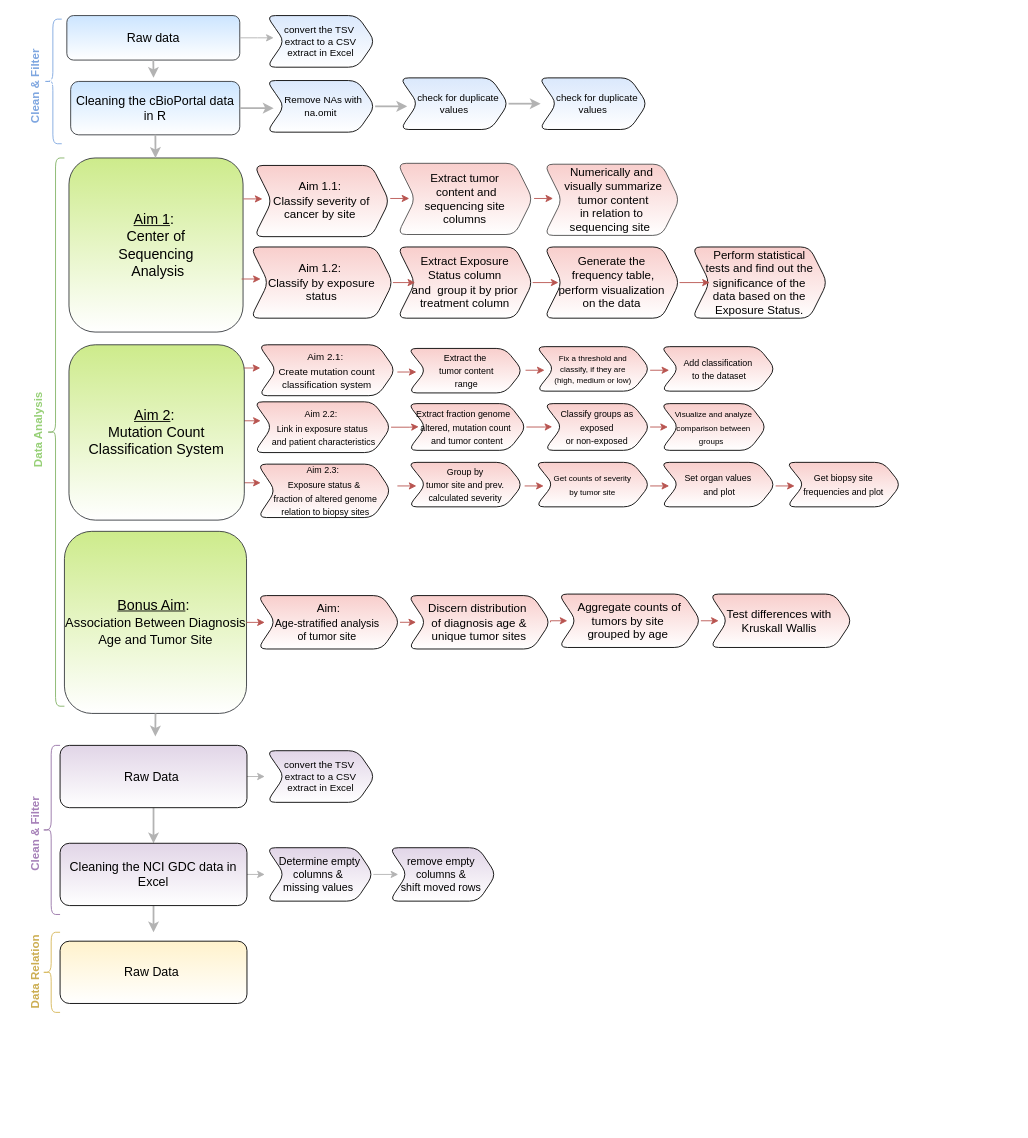
aiy-wish/Data-Wrangling-Project keeps this draw.io diagram as Pipeline_Image.drawio. Above is the earlier version. Source tidied: cells renumbered, new cells numbered last; positions are measured from the earlier drawing's top-left corner, leaving out a move shared by most shapes. Both pictures are drawn from the tidied source at 89%, with x=0, y=0 at pixel (-10, 15).
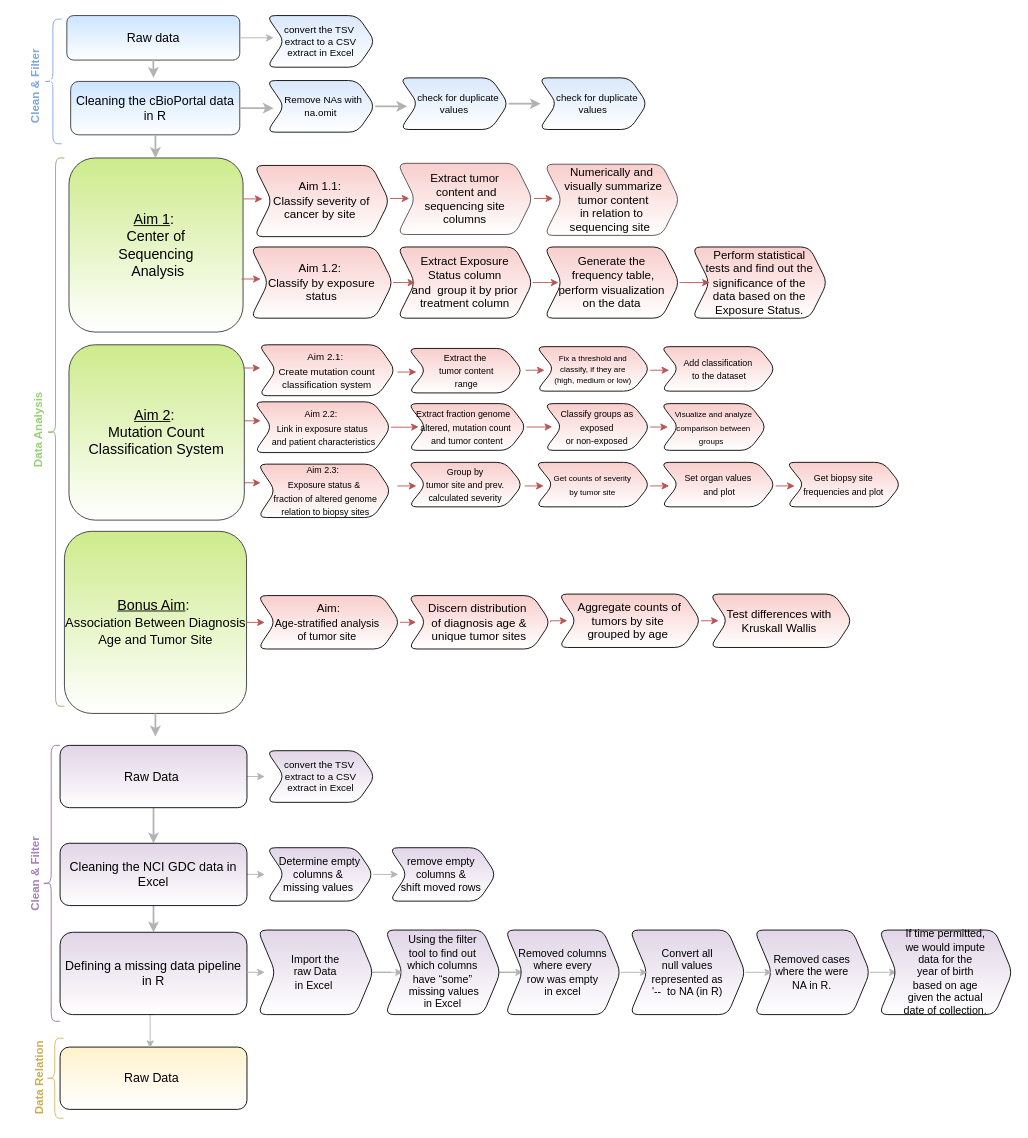
Above is the later version.

The edit, as a diff of the source:
```diff
@@
     <mxCell id="65" value="&lt;font&gt;&lt;b&gt;Clean &amp;amp; Filter&lt;/b&gt;&lt;/font&gt;" style="text;html=1;align=center;verticalAlign=middle;fontSize=13;rotation=-90;fontColor=#A680B8;" parent="1" vertex="1">
-      <mxGeometry y="910" width="100" height="20" as="geometry" />
+      <mxGeometry y="955" width="100" height="20" as="geometry" />
     </mxCell>
     <mxCell id="66" value="Raw Data&amp;nbsp;" style="rounded=1;whiteSpace=wrap;html=1;fontSize=14;strokeColor=default;fillColor=#fff2cc;align=center;gradientColor=#ffffff;" parent="1" vertex="1">
-      <mxGeometry x="78" y="1040" width="210" height="70" as="geometry" />
+      <mxGeometry x="78" y="1159" width="210" height="70" as="geometry" />
     </mxCell>
     <mxCell id="67" style="shape=curlyBracket;whiteSpace=wrap;html=1;rounded=1;fontSize=14;strokeColor=#d6b656;fillColor=#fff2cc;align=center;" parent="1" vertex="1">
-      <mxGeometry x="58" y="1030" width="20" height="90" as="geometry" />
+      <mxGeometry x="62" y="1149" width="20" height="90" as="geometry" />
     </mxCell>
-    <mxCell id="68" style="shape=curlyBracket;whiteSpace=wrap;html=1;rounded=1;fontSize=14;strokeColor=#9673a6;fillColor=#e1d5e7;align=center;" parent="1" vertex="1">
-      <mxGeometry x="58" y="820" width="20" height="190" as="geometry" />
+    <mxCell id="68" style="shape=curlyBracket;whiteSpace=wrap;html=1;rounded=1;fontSize=14;strokeColor=#9673a6;fillColor=#e1d5e7;align=center;size=0.5;" parent="1" vertex="1">
+      <mxGeometry x="58" y="820" width="20" height="310" as="geometry" />
     </mxCell>
     <mxCell id="69" value="&lt;b&gt;Data Relation&lt;br&gt;&lt;/b&gt;" style="text;html=1;align=center;verticalAlign=middle;fontSize=13;rotation=-90;fontColor=#CCAE52;" parent="1" vertex="1">
-      <mxGeometry y="1065" width="100" height="20" as="geometry" />
+      <mxGeometry x="4" y="1184" width="100" height="20" as="geometry" />
     </mxCell>
@@
+    <mxCell id="90" style="edgeStyle=orthogonalEdgeStyle;rounded=0;jettySize=auto;html=1;exitX=0.5;exitY=1;exitDx=0;exitDy=0;entryX=0.482;entryY=0.014;entryDx=0;entryDy=0;entryPerimeter=0;strokeColor=#B3B3B3;" parent="1" edge="1" source="91" target="66">
+      <mxGeometry relative="1" as="geometry" />
+    </mxCell>
+    <mxCell id="91" value="&lt;span style=&quot;font-size: 14px&quot;&gt;Defining a missing data pipeline in R&lt;/span&gt;" style="rounded=1;whiteSpace=wrap;html=1;fontSize=11;strokeColor=default;fillColor=#e1d5e7;align=center;gradientColor=#ffffff;" parent="1" vertex="1">
+      <mxGeometry x="78" y="1030" width="210" height="92.5" as="geometry" />
+    </mxCell>
+    <mxCell id="92" style="edgeStyle=orthogonalEdgeStyle;rounded=0;orthogonalLoop=1;jettySize=auto;html=1;exitX=1;exitY=0.5;exitDx=0;exitDy=0;fontSize=12;strokeColor=#B3B3B3;" parent="1" edge="1">
+      <mxGeometry relative="1" as="geometry">
+        <mxPoint x="288" y="1075" as="sourcePoint" />
+        <mxPoint x="308" y="1075" as="targetPoint" />
+      </mxGeometry>
+    </mxCell>
+    <mxCell id="93" style="edgeStyle=orthogonalEdgeStyle;rounded=0;jettySize=auto;html=1;exitX=1;exitY=0.5;exitDx=0;exitDy=0;strokeColor=#B3B3B3;" parent="1" edge="1" source="94" target="102">
+      <mxGeometry relative="1" as="geometry" />
+    </mxCell>
+    <mxCell id="94" value="Using the filter &lt;br&gt;tool to find out &lt;br&gt;which columns &lt;br&gt;have “some”&lt;br&gt;&amp;nbsp;missing values &lt;br&gt;in Excel" style="shape=step;perimeter=stepPerimeter;whiteSpace=wrap;html=1;fixedSize=1;fontSize=12;strokeColor=default;rounded=1;fillColor=#e1d5e7;gradientColor=#ffffff;" parent="1" vertex="1">
+      <mxGeometry x="443" y="1027.5" width="130" height="95" as="geometry" />
+    </mxCell>
+    <mxCell id="95" style="edgeStyle=orthogonalEdgeStyle;rounded=0;jettySize=auto;html=1;exitX=1;exitY=0.5;exitDx=0;exitDy=0;strokeColor=#B3B3B3;" parent="1" edge="1" source="96" target="94">
+      <mxGeometry relative="1" as="geometry" />
+    </mxCell>
+    <mxCell id="96" value="Import the&lt;br&gt;raw Data&lt;br&gt;in Excel&amp;nbsp;" style="shape=step;perimeter=stepPerimeter;whiteSpace=wrap;html=1;fixedSize=1;fontSize=12;strokeColor=default;rounded=1;fillColor=#e1d5e7;gradientColor=#ffffff;" parent="1" vertex="1">
+      <mxGeometry x="300" y="1027.5" width="130" height="95" as="geometry" />
+    </mxCell>
+    <mxCell id="97" style="edgeStyle=orthogonalEdgeStyle;rounded=0;jettySize=auto;html=1;exitX=1;exitY=0.5;exitDx=0;exitDy=0;entryX=0;entryY=0.5;entryDx=0;entryDy=0;strokeColor=#B3B3B3;" parent="1" edge="1" source="98" target="103">
+      <mxGeometry relative="1" as="geometry" />
+    </mxCell>
+    <mxCell id="98" value="Removed cases &lt;br&gt;where the were &lt;br&gt;NA in R." style="shape=step;perimeter=stepPerimeter;whiteSpace=wrap;html=1;fixedSize=1;fontSize=12;strokeColor=default;rounded=1;fillColor=#e1d5e7;gradientColor=#ffffff;" parent="1" vertex="1">
+      <mxGeometry x="858" y="1027.5" width="130" height="95" as="geometry" />
+    </mxCell>
+    <mxCell id="99" style="edgeStyle=orthogonalEdgeStyle;rounded=0;jettySize=auto;html=1;exitX=1;exitY=0.5;exitDx=0;exitDy=0;entryX=0;entryY=0.5;entryDx=0;entryDy=0;strokeColor=#B3B3B3;" parent="1" edge="1" source="100" target="98">
+      <mxGeometry relative="1" as="geometry" />
+    </mxCell>
+    <mxCell id="100" value="Convert all &lt;br&gt;null values &lt;br&gt;represented as &lt;br&gt;'--&amp;nbsp; to NA (in R)" style="shape=step;perimeter=stepPerimeter;whiteSpace=wrap;html=1;fixedSize=1;fontSize=12;strokeColor=default;rounded=1;fillColor=#e1d5e7;gradientColor=#ffffff;" parent="1" vertex="1">
+      <mxGeometry x="718" y="1027.5" width="130" height="95" as="geometry" />
+    </mxCell>
+    <mxCell id="101" style="edgeStyle=orthogonalEdgeStyle;rounded=0;jettySize=auto;html=1;exitX=1;exitY=0.5;exitDx=0;exitDy=0;entryX=0;entryY=0.5;entryDx=0;entryDy=0;strokeColor=#B3B3B3;" parent="1" edge="1" source="102" target="100">
+      <mxGeometry relative="1" as="geometry" />
+    </mxCell>
+    <mxCell id="102" value="Removed columns where every &lt;br&gt;row was empty &lt;br&gt;in excel" style="shape=step;perimeter=stepPerimeter;whiteSpace=wrap;html=1;fixedSize=1;fontSize=12;strokeColor=default;rounded=1;fillColor=#e1d5e7;gradientColor=#ffffff;" parent="1" vertex="1">
+      <mxGeometry x="578" y="1027.5" width="130" height="95" as="geometry" />
+    </mxCell>
+    <mxCell id="103" value="If time permitted, &lt;br&gt;we would impute &lt;br&gt;data for the &lt;br&gt;year of birth &lt;br&gt;based on age &lt;br&gt;given the actual &lt;br&gt;date of collection." style="shape=step;perimeter=stepPerimeter;whiteSpace=wrap;html=1;fixedSize=1;fontSize=12;strokeColor=default;rounded=1;fillColor=#e1d5e7;gradientColor=#ffffff;" parent="1" vertex="1">
+      <mxGeometry x="998" y="1027.5" width="150" height="95" as="geometry" />
+    </mxCell>
```
